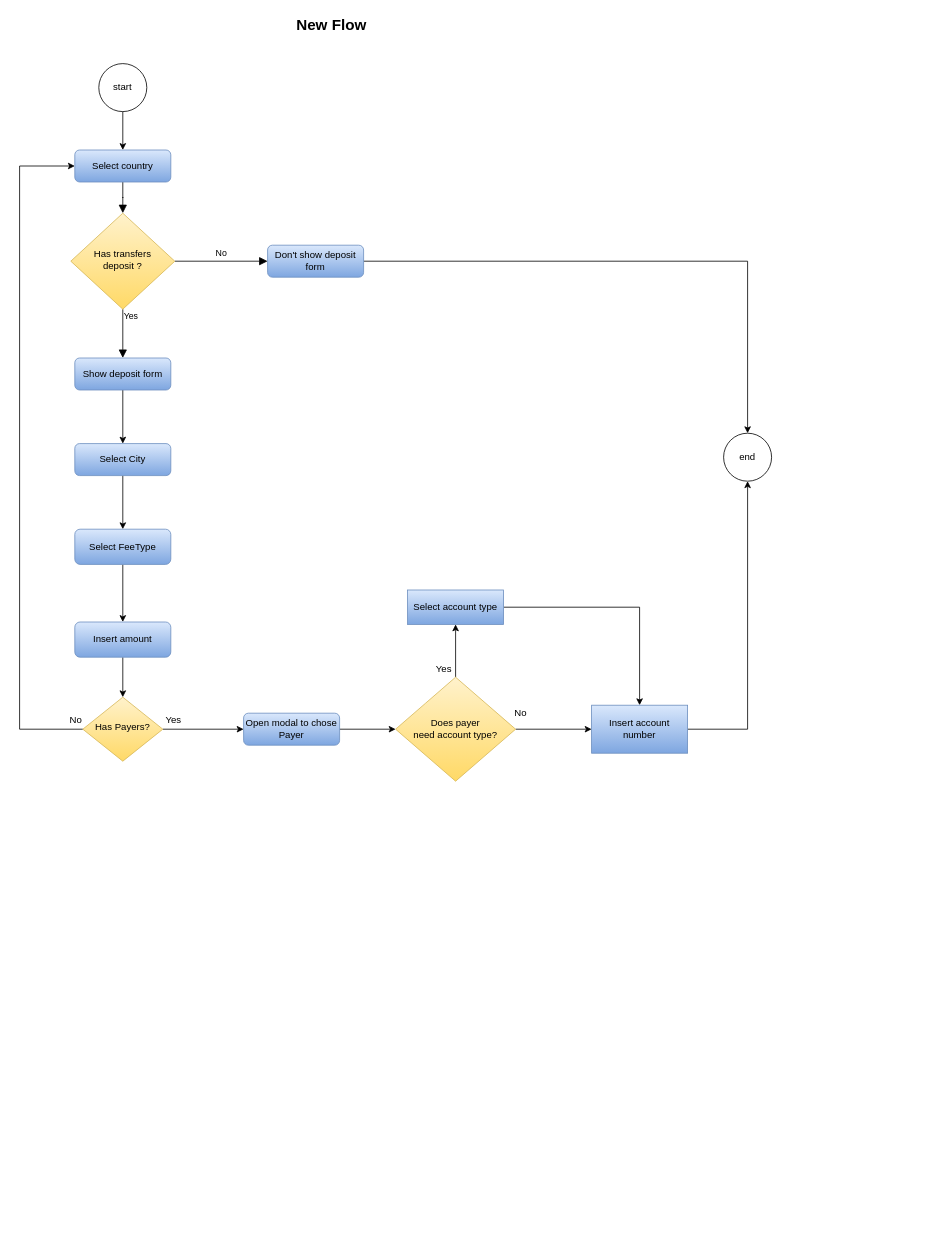
Before: flujoDeposito.drawio in Eduardomaxillc/Eduardomaxillc, a draw.io diagram. Source tidied: cells renumbered, new cells numbered last; positions are measured from the earlier drawing's top-left corner, leaving out a move shared by most shapes. Both pictures are drawn from the tidied source at 80%, with x=0, y=0 at pixel (19, 14).
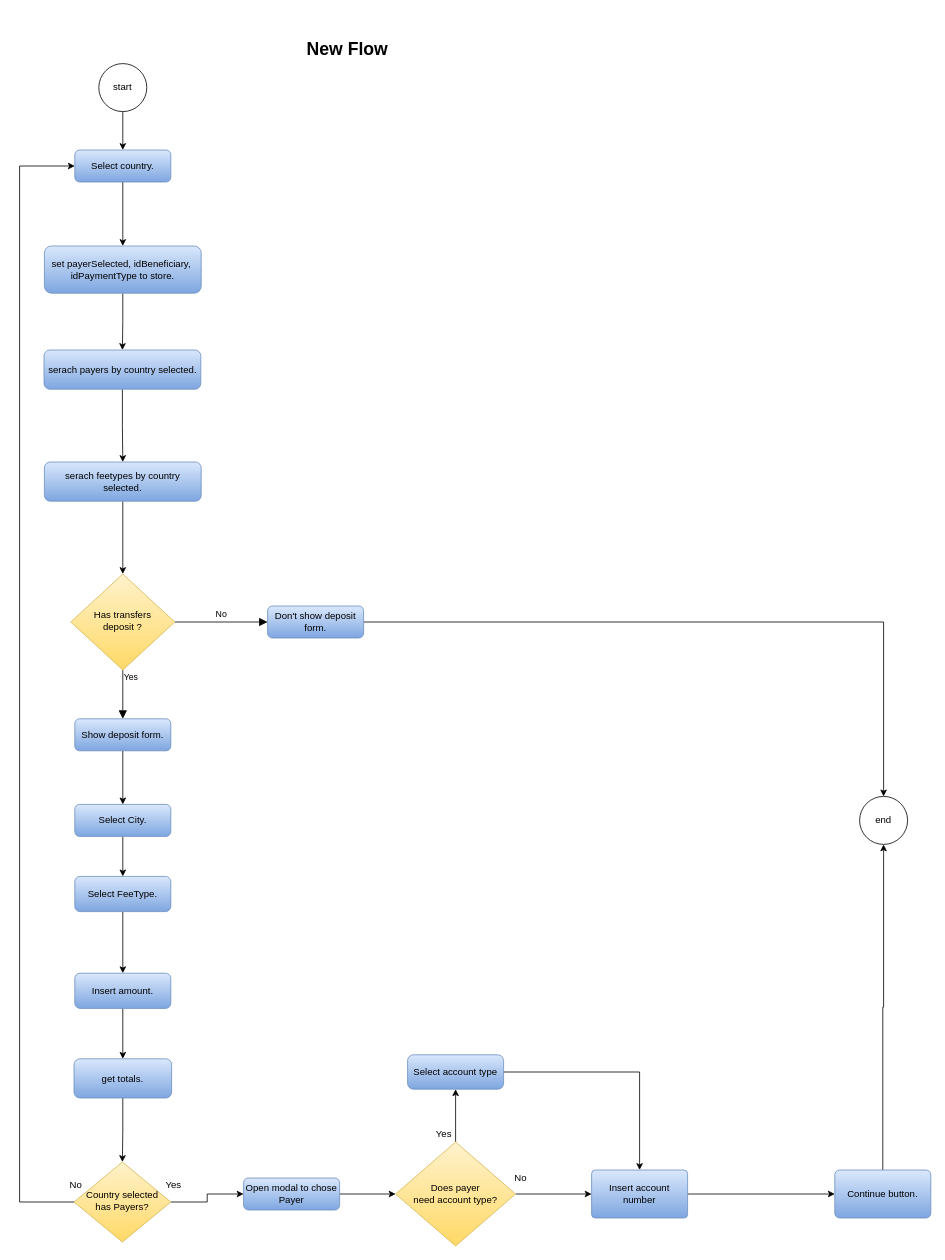
The same diagram, later.

Change to the diagram source:
```diff
@@
-    <mxCell id="2" style="rounded=0;html=1;jettySize=auto;fontSize=11;endArrow=block;endFill=1;endSize=8;strokeWidth=1;shadow=0;labelBackgroundColor=none;edgeStyle=orthogonalEdgeStyle;verticalAlign=middle;startFill=0;" parent="1" edge="1" source="3" target="6">
-      <mxGeometry relative="1" as="geometry" />
-    </mxCell>
+    <mxCell id="37" style="edgeStyle=orthogonalEdgeStyle;rounded=0;jettySize=auto;html=1;" parent="1" edge="1" source="3" target="41">
+      <mxGeometry relative="1" as="geometry" />
+    </mxCell>
-    <mxCell id="3" value="Select country" style="rounded=1;whiteSpace=wrap;html=1;fontSize=12;glass=0;strokeWidth=1;shadow=0;fillColor=#dae8fc;gradientColor=#7ea6e0;strokeColor=#6c8ebf;" parent="1" vertex="1">
+    <mxCell id="3" value="Select country." style="rounded=1;whiteSpace=wrap;html=1;fontSize=12;glass=0;strokeWidth=1;shadow=0;fillColor=#dae8fc;gradientColor=#7ea6e0;strokeColor=#6c8ebf;" parent="1" vertex="1">
       <mxGeometry x="69" y="170" width="120" height="40" as="geometry" />
     </mxCell>
     <mxCell id="4" value="Yes" style="rounded=0;html=1;jettySize=auto;fontSize=11;endArrow=block;endFill=1;endSize=8;strokeWidth=1;shadow=0;labelBackgroundColor=none;edgeStyle=orthogonalEdgeStyle;entryX=0.5;entryY=0;entryDx=0;entryDy=0;" parent="1" edge="1" source="6" target="36">
       <mxGeometry x="-0.7" y="10" relative="1" as="geometry">
         <Array as="points">
-          <mxPoint x="129" y="390" />
-          <mxPoint x="129" y="390" />
+          <mxPoint x="129" y="841" />
+          <mxPoint x="129" y="841" />
         </Array>
       </mxGeometry>
     </mxCell>
@@
     <mxCell id="6" value="Has transfers &lt;br&gt;deposit ?" style="rhombus;whiteSpace=wrap;html=1;shadow=0;fontFamily=Helvetica;fontSize=12;align=center;strokeWidth=1;spacing=6;spacingTop=-4;fillColor=#fff2cc;gradientColor=#ffd966;strokeColor=#d6b656;" parent="1" vertex="1">
-      <mxGeometry x="64" y="249" width="130" height="120" as="geometry" />
+      <mxGeometry x="64" y="700" width="130" height="120" as="geometry" />
     </mxCell>
@@
-    <mxCell id="8" value="Don't show deposit form" style="rounded=1;whiteSpace=wrap;html=1;fontSize=12;glass=0;strokeWidth=1;shadow=0;fillColor=#dae8fc;gradientColor=#7ea6e0;strokeColor=#6c8ebf;" parent="1" vertex="1">
-      <mxGeometry x="310" y="289" width="120" height="40" as="geometry" />
+    <mxCell id="8" value="Don't show deposit form." style="rounded=1;whiteSpace=wrap;html=1;fontSize=12;glass=0;strokeWidth=1;shadow=0;fillColor=#dae8fc;gradientColor=#7ea6e0;strokeColor=#6c8ebf;" parent="1" vertex="1">
+      <mxGeometry x="310" y="740" width="120" height="40" as="geometry" />
     </mxCell>
@@
-    <mxCell id="10" style="edgeStyle=orthogonalEdgeStyle;rounded=0;jettySize=auto;html=1;entryX=0;entryY=0.5;entryDx=0;entryDy=0;" parent="1" edge="1" source="11" target="3">
+    <mxCell id="10" style="edgeStyle=orthogonalEdgeStyle;rounded=0;jettySize=auto;html=1;entryX=0;entryY=0.5;entryDx=0;entryDy=0;exitX=0;exitY=0.5;exitDx=0;exitDy=0;" parent="1" edge="1" source="11" target="3">
       <mxGeometry relative="1" as="geometry">
         <Array as="points">
-          <mxPoint y="894" />
+          <mxPoint y="1485" />
           <mxPoint y="190" />
         </Array>
       </mxGeometry>
     </mxCell>
-    <mxCell id="11" value="Has Payers?" style="rhombus;whiteSpace=wrap;html=1;shadow=0;fontFamily=Helvetica;fontSize=12;align=center;strokeWidth=1;spacing=6;spacingTop=-4;fillColor=#fff2cc;gradientColor=#ffd966;strokeColor=#d6b656;" parent="1" vertex="1">
-      <mxGeometry x="79" y="854" width="100" height="80" as="geometry" />
+    <mxCell id="11" value="Country selected has Payers?" style="rhombus;whiteSpace=wrap;html=1;shadow=0;fontFamily=Helvetica;fontSize=12;align=center;strokeWidth=1;spacing=6;spacingTop=-4;fillColor=#fff2cc;gradientColor=#ffd966;strokeColor=#d6b656;" parent="1" vertex="1">
+      <mxGeometry x="68" y="1435" width="121" height="100" as="geometry" />
     </mxCell>
@@
     <mxCell id="13" value="Open modal to chose Payer" style="rounded=1;whiteSpace=wrap;html=1;fontSize=12;glass=0;strokeWidth=1;shadow=0;fillColor=#dae8fc;gradientColor=#7ea6e0;strokeColor=#6c8ebf;" parent="1" vertex="1">
-      <mxGeometry x="280" y="874" width="120" height="40" as="geometry" />
+      <mxGeometry x="280" y="1455" width="120" height="40" as="geometry" />
     </mxCell>
@@
-    <mxCell id="15" value="Select City" style="rounded=1;whiteSpace=wrap;html=1;fillColor=#dae8fc;gradientColor=#7ea6e0;strokeColor=#6c8ebf;" parent="1" vertex="1">
-      <mxGeometry x="69" y="537" width="120" height="40" as="geometry" />
+    <mxCell id="15" value="Select City." style="rounded=1;whiteSpace=wrap;html=1;fillColor=#dae8fc;gradientColor=#7ea6e0;strokeColor=#6c8ebf;" parent="1" vertex="1">
+      <mxGeometry x="69" y="988" width="120" height="40" as="geometry" />
     </mxCell>
@@
-    <mxCell id="17" value="Select FeeType" style="whiteSpace=wrap;html=1;rounded=1;fillColor=#dae8fc;gradientColor=#7ea6e0;strokeColor=#6c8ebf;" parent="1" vertex="1">
-      <mxGeometry x="69" y="644" width="120" height="44" as="geometry" />
+    <mxCell id="17" value="Select FeeType." style="whiteSpace=wrap;html=1;rounded=1;fillColor=#dae8fc;gradientColor=#7ea6e0;strokeColor=#6c8ebf;" parent="1" vertex="1">
+      <mxGeometry x="69" y="1078" width="120" height="44" as="geometry" />
     </mxCell>
-    <mxCell id="18" style="edgeStyle=orthogonalEdgeStyle;rounded=0;jettySize=auto;html=1;entryX=0.5;entryY=0;entryDx=0;entryDy=0;" parent="1" edge="1" source="19" target="11">
-      <mxGeometry relative="1" as="geometry" />
-    </mxCell>
+    <mxCell id="38" style="edgeStyle=orthogonalEdgeStyle;rounded=0;jettySize=auto;html=1;entryX=0.5;entryY=0;entryDx=0;entryDy=0;" parent="1" edge="1" source="19" target="47">
+      <mxGeometry relative="1" as="geometry" />
+    </mxCell>
-    <mxCell id="19" value="Insert amount" style="whiteSpace=wrap;html=1;rounded=1;fillColor=#dae8fc;gradientColor=#7ea6e0;strokeColor=#6c8ebf;" parent="1" vertex="1">
-      <mxGeometry x="69" y="760" width="120" height="44" as="geometry" />
+    <mxCell id="19" value="Insert amount." style="whiteSpace=wrap;html=1;rounded=1;fillColor=#dae8fc;gradientColor=#7ea6e0;strokeColor=#6c8ebf;" parent="1" vertex="1">
+      <mxGeometry x="69" y="1199" width="120" height="44" as="geometry" />
     </mxCell>
     <mxCell id="20" value="Yes" style="text;html=1;align=center;verticalAlign=middle;strokeColor=none;fillColor=none;" parent="1" vertex="1">
-      <mxGeometry x="172" y="868" width="40" height="30" as="geometry" />
+      <mxGeometry x="172" y="1449" width="40" height="30" as="geometry" />
     </mxCell>
     <mxCell id="21" value="No" style="text;html=1;align=center;verticalAlign=middle;strokeColor=none;fillColor=none;" parent="1" vertex="1">
-      <mxGeometry x="50" y="868" width="40" height="30" as="geometry" />
+      <mxGeometry x="50" y="1449" width="40" height="30" as="geometry" />
     </mxCell>
@@
     <mxCell id="24" value="&lt;div&gt;Does payer&lt;/div&gt;&lt;div&gt;need account type?&lt;/div&gt;" style="rhombus;whiteSpace=wrap;html=1;rounded=1;glass=0;strokeWidth=1;shadow=0;arcSize=0;fillColor=#fff2cc;gradientColor=#ffd966;strokeColor=#d6b656;" parent="1" vertex="1">
-      <mxGeometry x="470" y="829" width="150" height="130" as="geometry" />
+      <mxGeometry x="470" y="1410" width="150" height="130" as="geometry" />
     </mxCell>
@@
     <mxCell id="27" value="end" style="ellipse;whiteSpace=wrap;html=1;" parent="1" vertex="1">
-      <mxGeometry x="880" y="524" width="60" height="60" as="geometry" />
+      <mxGeometry x="1050" y="978" width="60" height="60" as="geometry" />
     </mxCell>
@@
-    <mxCell id="29" value="Select account type" style="whiteSpace=wrap;html=1;rounded=1;glass=0;strokeWidth=1;shadow=0;arcSize=0;fillColor=#dae8fc;gradientColor=#7ea6e0;strokeColor=#6c8ebf;" parent="1" vertex="1">
-      <mxGeometry x="485" y="720" width="120" height="43" as="geometry" />
+    <mxCell id="29" value="Select account type" style="whiteSpace=wrap;html=1;rounded=1;glass=0;strokeWidth=1;shadow=0;arcSize=17;fillColor=#dae8fc;gradientColor=#7ea6e0;strokeColor=#6c8ebf;" parent="1" vertex="1">
+      <mxGeometry x="485" y="1301" width="120" height="43" as="geometry" />
     </mxCell>
-    <mxCell id="30" style="edgeStyle=orthogonalEdgeStyle;rounded=0;jettySize=auto;html=1;" parent="1" edge="1" source="31" target="27">
-      <mxGeometry relative="1" as="geometry" />
-    </mxCell>
+    <mxCell id="39" style="edgeStyle=orthogonalEdgeStyle;rounded=0;jettySize=auto;html=1;" parent="1" edge="1" source="31" target="49">
+      <mxGeometry relative="1" as="geometry" />
+    </mxCell>
-    <mxCell id="31" value="Insert account number" style="whiteSpace=wrap;html=1;rounded=1;glass=0;strokeWidth=1;shadow=0;arcSize=0;fillColor=#dae8fc;gradientColor=#7ea6e0;strokeColor=#6c8ebf;" parent="1" vertex="1">
-      <mxGeometry x="715" y="864" width="120" height="60" as="geometry" />
+    <mxCell id="31" value="Insert account number" style="whiteSpace=wrap;html=1;rounded=1;glass=0;strokeWidth=1;shadow=0;arcSize=8;fillColor=#dae8fc;gradientColor=#7ea6e0;strokeColor=#6c8ebf;" parent="1" vertex="1">
+      <mxGeometry x="715" y="1445" width="120" height="60" as="geometry" />
     </mxCell>
     <mxCell id="32" value="No" style="text;html=1;align=center;verticalAlign=middle;strokeColor=none;fillColor=none;" parent="1" vertex="1">
-      <mxGeometry x="606" y="859" width="40" height="30" as="geometry" />
+      <mxGeometry x="606" y="1440" width="40" height="30" as="geometry" />
     </mxCell>
     <mxCell id="33" value="Yes" style="text;html=1;align=center;verticalAlign=middle;strokeColor=none;fillColor=none;" parent="1" vertex="1">
-      <mxGeometry x="510" y="804" width="40" height="30" as="geometry" />
+      <mxGeometry x="510" y="1385" width="40" height="30" as="geometry" />
     </mxCell>
-    <mxCell id="34" value="New Flow" style="text;html=1;strokeColor=none;fillColor=none;align=center;verticalAlign=middle;whiteSpace=wrap;rounded=0;fontStyle=1;fontSize=19;" parent="1" vertex="1">
-      <mxGeometry x="160" width="460" height="30" as="geometry" />
+    <mxCell id="34" value="New Flow" style="text;html=1;strokeColor=none;fillColor=none;align=center;verticalAlign=middle;whiteSpace=wrap;rounded=0;fontStyle=1;fontSize=22;" parent="1" vertex="1">
+      <mxGeometry x="180" y="30" width="460" height="30" as="geometry" />
     </mxCell>
@@
-    <mxCell id="36" value="Show deposit form" style="rounded=1;whiteSpace=wrap;html=1;fontSize=12;glass=0;strokeWidth=1;shadow=0;fillColor=#dae8fc;gradientColor=#7ea6e0;strokeColor=#6c8ebf;" parent="1" vertex="1">
-      <mxGeometry x="69" y="430" width="120" height="40" as="geometry" />
+    <mxCell id="36" value="Show deposit form." style="rounded=1;whiteSpace=wrap;html=1;fontSize=12;glass=0;strokeWidth=1;shadow=0;fillColor=#dae8fc;gradientColor=#7ea6e0;strokeColor=#6c8ebf;" parent="1" vertex="1">
+      <mxGeometry x="69" y="881" width="120" height="40" as="geometry" />
     </mxCell>
+    <mxCell id="40" style="edgeStyle=orthogonalEdgeStyle;rounded=0;jettySize=auto;html=1;" parent="1" edge="1" source="41" target="43">
+      <mxGeometry relative="1" as="geometry" />
+    </mxCell>
+    <mxCell id="41" value="set payerSelected,&amp;nbsp;&lt;span style=&quot;background-color: initial;&quot;&gt;idBeneficiary,&amp;nbsp;&lt;br&gt;&lt;/span&gt;&lt;span style=&quot;background-color: initial;&quot;&gt;idPaymentType to store.&lt;/span&gt;&lt;span style=&quot;background-color: initial;&quot;&gt;&lt;br&gt;&lt;/span&gt;" style="rounded=1;whiteSpace=wrap;html=1;fontSize=12;glass=0;strokeWidth=1;shadow=0;fillColor=#dae8fc;gradientColor=#7ea6e0;strokeColor=#6c8ebf;" parent="1" vertex="1">
+      <mxGeometry x="31" y="290" width="196" height="59" as="geometry" />
+    </mxCell>
+    <mxCell id="42" style="edgeStyle=orthogonalEdgeStyle;rounded=0;jettySize=auto;html=1;" parent="1" edge="1" source="43" target="45">
+      <mxGeometry relative="1" as="geometry" />
+    </mxCell>
+    <mxCell id="43" value="&lt;span style=&quot;background-color: initial;&quot;&gt;serach payers by country selected.&lt;br&gt;&lt;/span&gt;" style="rounded=1;whiteSpace=wrap;html=1;fontSize=12;glass=0;strokeWidth=1;shadow=0;fillColor=#dae8fc;gradientColor=#7ea6e0;strokeColor=#6c8ebf;" parent="1" vertex="1">
+      <mxGeometry x="30.5" y="420" width="196" height="49" as="geometry" />
+    </mxCell>
+    <mxCell id="44" style="edgeStyle=orthogonalEdgeStyle;rounded=0;jettySize=auto;html=1;" parent="1" edge="1" source="45" target="6">
+      <mxGeometry relative="1" as="geometry" />
+    </mxCell>
+    <mxCell id="45" value="&lt;span style=&quot;background-color: initial;&quot;&gt;serach feetypes by country selected.&lt;br&gt;&lt;/span&gt;" style="rounded=1;whiteSpace=wrap;html=1;fontSize=12;glass=0;strokeWidth=1;shadow=0;fillColor=#dae8fc;gradientColor=#7ea6e0;strokeColor=#6c8ebf;" parent="1" vertex="1">
+      <mxGeometry x="31" y="560" width="196" height="49" as="geometry" />
+    </mxCell>
+    <mxCell id="46" style="edgeStyle=orthogonalEdgeStyle;rounded=0;jettySize=auto;html=1;" parent="1" edge="1" source="47" target="11">
+      <mxGeometry relative="1" as="geometry" />
+    </mxCell>
+    <mxCell id="47" value="&lt;span style=&quot;background-color: initial;&quot;&gt;get totals.&lt;br&gt;&lt;/span&gt;" style="rounded=1;whiteSpace=wrap;html=1;fontSize=12;glass=0;strokeWidth=1;shadow=0;fillColor=#dae8fc;gradientColor=#7ea6e0;strokeColor=#6c8ebf;" parent="1" vertex="1">
+      <mxGeometry x="68" y="1306" width="122" height="49" as="geometry" />
+    </mxCell>
+    <mxCell id="48" style="edgeStyle=orthogonalEdgeStyle;rounded=0;jettySize=auto;html=1;entryX=0.5;entryY=1;entryDx=0;entryDy=0;" parent="1" edge="1" source="49" target="27">
+      <mxGeometry relative="1" as="geometry" />
+    </mxCell>
+    <mxCell id="49" value="Continue button." style="whiteSpace=wrap;html=1;rounded=1;glass=0;strokeWidth=1;shadow=0;arcSize=10;fillColor=#dae8fc;gradientColor=#7ea6e0;strokeColor=#6c8ebf;" parent="1" vertex="1">
+      <mxGeometry x="1019" y="1445" width="120" height="60" as="geometry" />
+    </mxCell>
```
